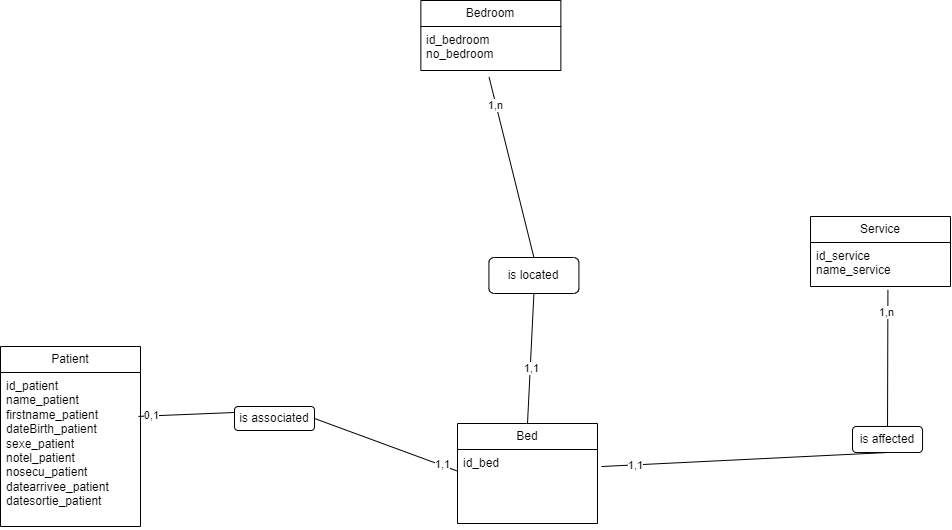
The draw.io diagram Merise/Merise-MCD-V1.drawio.png in florianpoteau/CDA-Hopital-Back, before a commit. Source tidied: cells renumbered, new cells last; positions are measured from the earlier drawing's top-left corner, leaving out a move shared by most shapes.
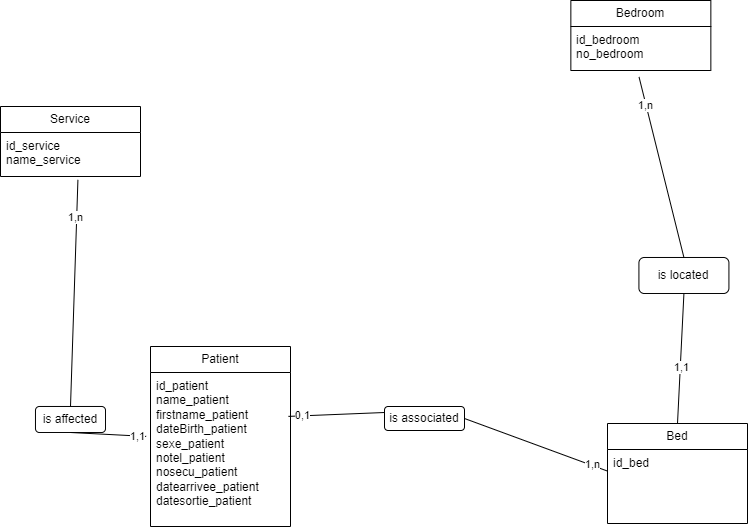
Later version of the same file.

Commit message:
docs(Merise): modification du merise

Diff of the diagram source:
```diff
@@ -15,7 +15,7 @@
       <mxGeometry y="26" width="140" height="74" as="geometry" />
     </mxCell>
     <mxCell id="6" value="Service" style="swimlane;fontStyle=0;horizontal=1;startSize=26;fillColor=none;whiteSpace=wrap;html=1;" parent="1" vertex="1">
-      <mxGeometry x="810" y="216" width="140" height="70" as="geometry" />
+      <mxGeometry x="-150" y="106" width="140" height="70" as="geometry" />
     </mxCell>
     <mxCell id="7" value="id_service&lt;div&gt;name_service&lt;/div&gt;" style="text;strokeColor=none;fillColor=none;align=left;verticalAlign=top;spacingLeft=4;spacingRight=4;overflow=hidden;points=[[0,0.5],[1,0.5]];portConstraint=eastwest;whiteSpace=wrap;html=1;" parent="6" vertex="1">
       <mxGeometry y="26" width="140" height="44" as="geometry" />
@@ -27,9 +27,9 @@
       <mxGeometry y="26" width="140" height="154" as="geometry" />
     </mxCell>
     <mxCell id="10" value="is affected" style="rounded=1;whiteSpace=wrap;html=1;" parent="1" vertex="1">
-      <mxGeometry x="852" y="426" width="70" height="26" as="geometry" />
+      <mxGeometry x="-115" y="406" width="70" height="26" as="geometry" />
     </mxCell>
-    <mxCell id="11" style="endArrow=none;html=1;rounded=0;exitX=0.5;exitY=1;exitDx=0;exitDy=0;entryX=1.029;entryY=0.23;entryDx=0;entryDy=0;entryPerimeter=0;" parent="1" edge="1" source="10" target="5">
+    <mxCell id="11" style="endArrow=none;html=1;rounded=0;exitX=0.5;exitY=1;exitDx=0;exitDy=0;entryX=-0.031;entryY=0.415;entryDx=0;entryDy=0;entryPerimeter=0;" parent="1" edge="1" source="10" target="9">
       <mxGeometry relative="1" as="geometry" />
     </mxCell>
     <mxCell id="12" value="1,1" style="edgeLabel;html=1;align=center;verticalAlign=middle;" parent="11" vertex="1">
@@ -68,7 +68,7 @@
     <mxCell id="23" style="endArrow=none;html=1;rounded=0;exitX=-0.001;exitY=0.291;exitDx=0;exitDy=0;entryX=1;entryY=0.5;entryDx=0;entryDy=0;exitPerimeter=0;" parent="1" edge="1" source="5" target="20">
       <mxGeometry relative="1" as="geometry" />
     </mxCell>
-    <mxCell id="24" value="1,1" style="edgeLabel;html=1;align=center;verticalAlign=middle;" parent="23" vertex="1">
+    <mxCell id="24" value="1,n" style="edgeLabel;html=1;align=center;verticalAlign=middle;" parent="23" vertex="1">
       <mxGeometry x="-0.78" y="-1" relative="1" as="geometry" />
     </mxCell>
   </root>
```
